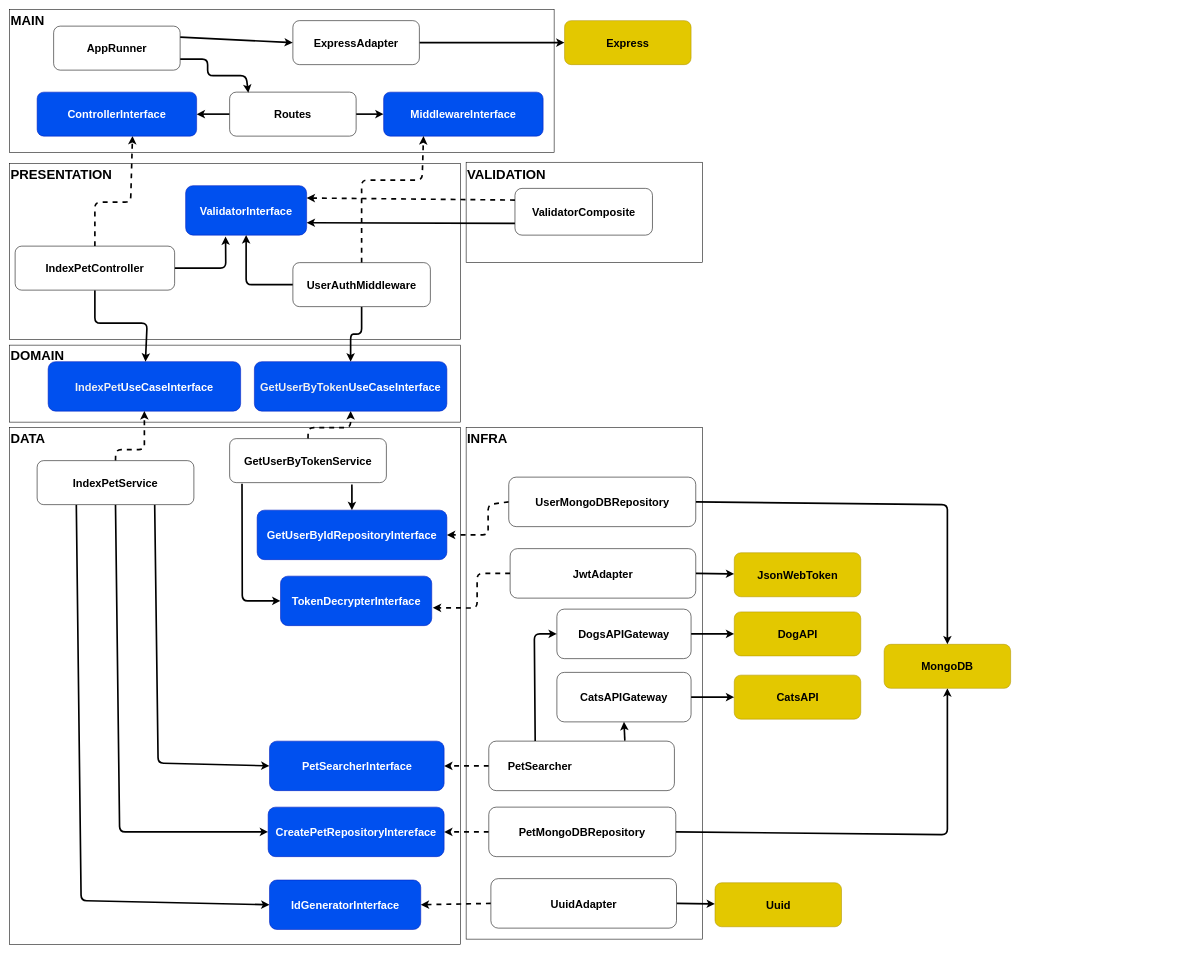
The draw.io diagram diagrams/drawio/index-pet.drawio in DouglasVolcato/pet-adoption-backend, before the edit. Source tidied: cells renumbered, new cells numbered last; positions are measured from the earlier drawing's top-left corner, leaving out a move shared by most shapes. Both pictures are drawn from the tidied source at 55%, with x=0, y=0 at pixel (9, 9).
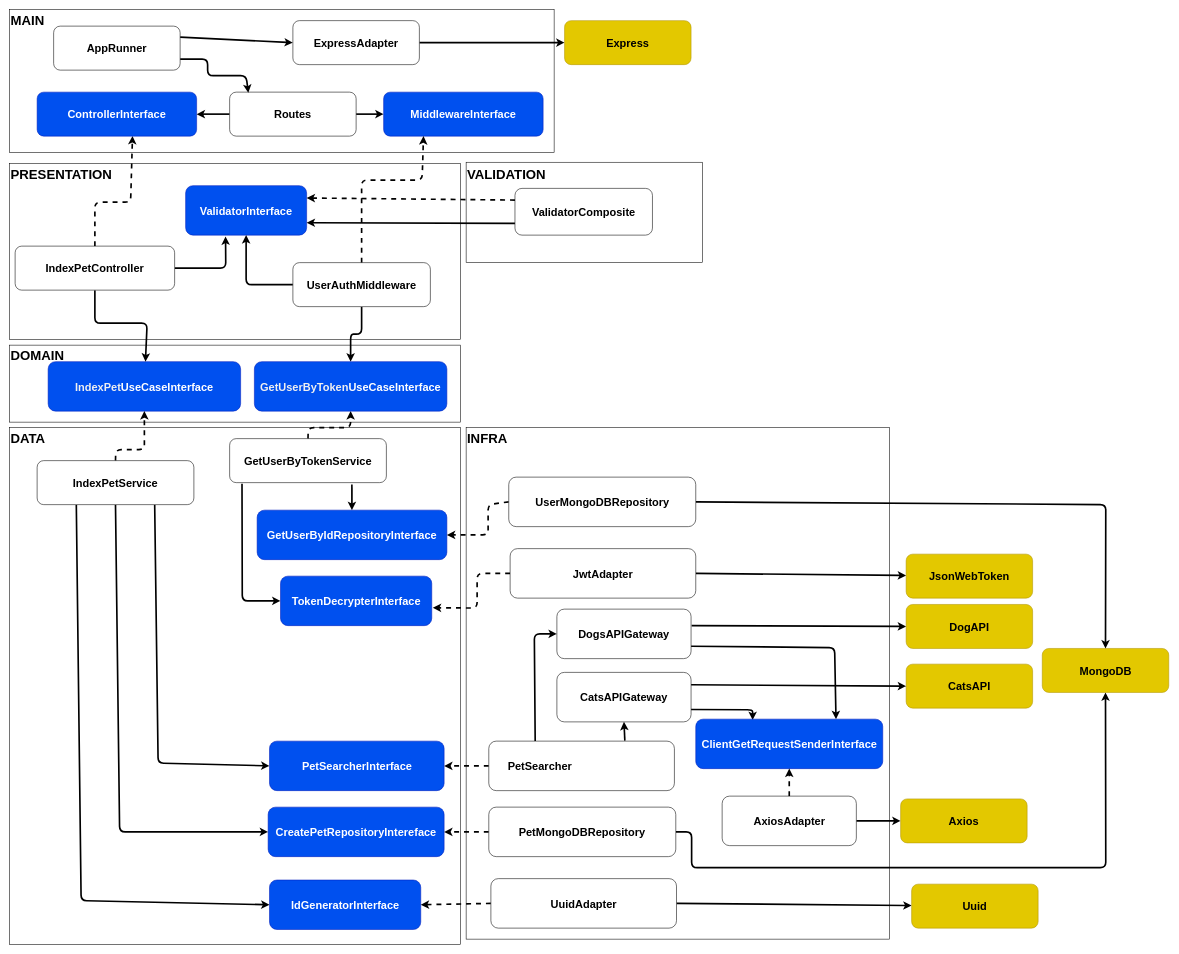
Above is the later version.

Commit message:
chore: implement diagrams

Unchanged cells that the change refers to:
```xml
<mxCell id="31" value="DogsAPIGateway" style="rounded=1;whiteSpace=wrap;html=1;fontSize=20;fontStyle=1;" parent="1" vertex="1">
  <mxGeometry x="995" y="1090" width="244" height="90" as="geometry" />
</mxCell>
<mxCell id="38" value="PetMongoDBRepository" style="rounded=1;whiteSpace=wrap;html=1;fontSize=20;fontStyle=1;" parent="1" vertex="1">
  <mxGeometry x="871.2" y="1450" width="340" height="90" as="geometry" />
</mxCell>
<mxCell id="53" value="CatsAPIGateway" style="rounded=1;whiteSpace=wrap;html=1;fontSize=20;fontStyle=1;" parent="1" vertex="1">
  <mxGeometry x="995" y="1205" width="244" height="90" as="geometry" />
</mxCell>
<mxCell id="67" value="UserMongoDBRepository" style="rounded=1;whiteSpace=wrap;html=1;fontSize=20;fontStyle=1;" parent="1" vertex="1">
  <mxGeometry x="907.5" y="850" width="340" height="90" as="geometry" />
</mxCell>
```

The edit, as a diff of the source:
```diff
@@
     <mxCell id="6" style="rounded=0;whiteSpace=wrap;html=1;fontSize=20;fontStyle=1;" parent="1" vertex="1">
-      <mxGeometry x="830" y="760" width="430" height="930" as="geometry" />
+      <mxGeometry x="830" y="760" width="770" height="930" as="geometry" />
     </mxCell>
@@
-    <mxCell id="30" style="edgeStyle=none;html=1;exitX=1;exitY=0.5;exitDx=0;exitDy=0;entryX=0;entryY=0.5;entryDx=0;entryDy=0;strokeWidth=3;" parent="1" edge="1" source="31" target="39">
-      <mxGeometry relative="1" as="geometry" />
+    <mxCell id="30" style="edgeStyle=none;html=1;entryX=0;entryY=0.5;entryDx=0;entryDy=0;strokeWidth=3;" parent="1" edge="1" target="39">
+      <mxGeometry relative="1" as="geometry">
+        <mxPoint x="1240" y="1120" as="sourcePoint" />
+      </mxGeometry>
     </mxCell>
+    <mxCell id="78" style="edgeStyle=none;html=1;exitX=1;exitY=0.75;exitDx=0;exitDy=0;entryX=0.75;entryY=0;entryDx=0;entryDy=0;strokeWidth=3;" parent="1" edge="1" source="31" target="80">
+      <mxGeometry relative="1" as="geometry">
+        <Array as="points">
+          <mxPoint x="1500" y="1160" />
+        </Array>
+      </mxGeometry>
+    </mxCell>
@@
     <mxCell id="37" style="edgeStyle=none;html=1;exitX=1;exitY=0.5;exitDx=0;exitDy=0;entryX=0.5;entryY=1;entryDx=0;entryDy=0;strokeWidth=3;" parent="1" edge="1" source="38" target="41">
       <mxGeometry relative="1" as="geometry">
         <Array as="points">
-          <mxPoint x="1705" y="1500" />
+          <mxPoint x="1240" y="1495" />
+          <mxPoint x="1240" y="1560" />
+          <mxPoint x="1993" y="1560" />
         </Array>
       </mxGeometry>
     </mxCell>
@@
     <mxCell id="39" value="DogAPI" style="rounded=1;whiteSpace=wrap;html=1;fontSize=20;fillColor=#e3c800;fontColor=#000000;strokeColor=#B09500;fontStyle=1;" parent="1" vertex="1">
-      <mxGeometry x="1317.5" y="1095" width="230" height="80" as="geometry" />
+      <mxGeometry x="1630" y="1081.5" width="230" height="80" as="geometry" />
     </mxCell>
     <mxCell id="40" value="CatsAPI" style="rounded=1;whiteSpace=wrap;html=1;fontSize=20;fillColor=#e3c800;fontColor=#000000;strokeColor=#B09500;fontStyle=1;" parent="1" vertex="1">
-      <mxGeometry x="1317.5" y="1210" width="230" height="80" as="geometry" />
+      <mxGeometry x="1630" y="1190" width="230" height="80" as="geometry" />
     </mxCell>
     <mxCell id="41" value="MongoDB" style="rounded=1;whiteSpace=wrap;html=1;fontSize=20;fillColor=#e3c800;fontColor=#000000;strokeColor=#B09500;fontStyle=1;" parent="1" vertex="1">
-      <mxGeometry x="1590" y="1154" width="230" height="80" as="geometry" />
+      <mxGeometry x="1877.5" y="1161.5" width="230" height="80" as="geometry" />
     </mxCell>
@@
+    <mxCell id="79" style="edgeStyle=none;html=1;exitX=1;exitY=0.75;exitDx=0;exitDy=0;entryX=0.304;entryY=0.019;entryDx=0;entryDy=0;entryPerimeter=0;strokeWidth=3;" parent="1" edge="1" source="53" target="80">
+      <mxGeometry relative="1" as="geometry">
+        <Array as="points">
+          <mxPoint x="1351" y="1273" />
+        </Array>
+      </mxGeometry>
+    </mxCell>
-    <mxCell id="52" style="edgeStyle=none;html=1;exitX=1;exitY=0.5;exitDx=0;exitDy=0;entryX=0;entryY=0.5;entryDx=0;entryDy=0;strokeWidth=3;" parent="1" edge="1" source="53" target="40">
+    <mxCell id="52" style="edgeStyle=none;html=1;exitX=1;exitY=0.25;exitDx=0;exitDy=0;entryX=0;entryY=0.5;entryDx=0;entryDy=0;strokeWidth=3;" parent="1" edge="1" source="53" target="40">
       <mxGeometry relative="1" as="geometry" />
     </mxCell>
@@
     <mxCell id="65" style="edgeStyle=none;html=1;exitX=1;exitY=0.5;exitDx=0;exitDy=0;entryX=0.5;entryY=0;entryDx=0;entryDy=0;strokeWidth=3;" parent="1" edge="1" source="67" target="41">
       <mxGeometry relative="1" as="geometry">
         <Array as="points">
-          <mxPoint x="1705" y="900" />
+          <mxPoint x="1993" y="900" />
         </Array>
       </mxGeometry>
     </mxCell>
@@
     <mxCell id="71" value="JsonWebToken" style="rounded=1;whiteSpace=wrap;html=1;fontSize=20;fillColor=#e3c800;fontColor=#000000;strokeColor=#B09500;fontStyle=1;" parent="1" vertex="1">
-      <mxGeometry x="1317.5" y="987.5" width="230" height="80" as="geometry" />
+      <mxGeometry x="1630" y="990" width="230" height="80" as="geometry" />
     </mxCell>
@@
     <mxCell id="77" value="Uuid" style="rounded=1;whiteSpace=wrap;html=1;fontSize=20;fillColor=#e3c800;fontColor=#000000;strokeColor=#B09500;fontStyle=1;" parent="1" vertex="1">
-      <mxGeometry x="1282.5" y="1587.5" width="230" height="80" as="geometry" />
+      <mxGeometry x="1640" y="1590" width="230" height="80" as="geometry" />
     </mxCell>
+    <mxCell id="80" value="ClientGetRequestSenderInterface" style="rounded=1;whiteSpace=wrap;html=1;fontSize=20;fontStyle=1;fillColor=#0050ef;fontColor=#ffffff;strokeColor=#001DBC;" parent="1" vertex="1">
+      <mxGeometry x="1247.5" y="1290" width="340" height="90" as="geometry" />
+    </mxCell>
+    <mxCell id="81" style="edgeStyle=none;html=1;exitX=1;exitY=0.5;exitDx=0;exitDy=0;entryX=0;entryY=0.5;entryDx=0;entryDy=0;strokeWidth=3;" parent="1" edge="1" source="83" target="84">
+      <mxGeometry relative="1" as="geometry" />
+    </mxCell>
+    <mxCell id="82" style="edgeStyle=none;html=1;exitX=0.5;exitY=0;exitDx=0;exitDy=0;entryX=0.5;entryY=1;entryDx=0;entryDy=0;strokeWidth=3;dashed=1;" parent="1" edge="1" source="83" target="80">
+      <mxGeometry relative="1" as="geometry" />
+    </mxCell>
+    <mxCell id="83" value="AxiosAdapter" style="rounded=1;whiteSpace=wrap;html=1;fontSize=20;fontStyle=1;" parent="1" vertex="1">
+      <mxGeometry x="1295.5" y="1430" width="244" height="90" as="geometry" />
+    </mxCell>
+    <mxCell id="84" value="Axios" style="rounded=1;whiteSpace=wrap;html=1;fontSize=20;fillColor=#e3c800;fontColor=#000000;strokeColor=#B09500;fontStyle=1;" parent="1" vertex="1">
+      <mxGeometry x="1620" y="1435" width="230" height="80" as="geometry" />
+    </mxCell>
```
